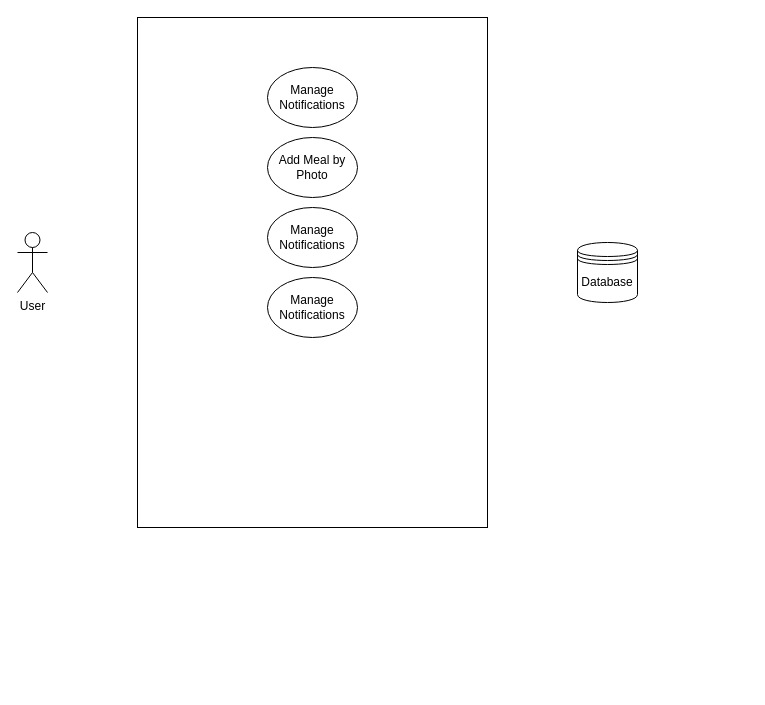
ImageProcessingBasedDietApp/ColabWorks keeps this draw.io diagram as UseCase.drawio. Above is the earlier version. Source tidied: cells renumbered, new cells numbered last; positions are measured from the earlier drawing's top-left corner, leaving out a move shared by most shapes. Both pictures are drawn from the tidied source at 100%, with x=0, y=0 at pixel (17, 17).
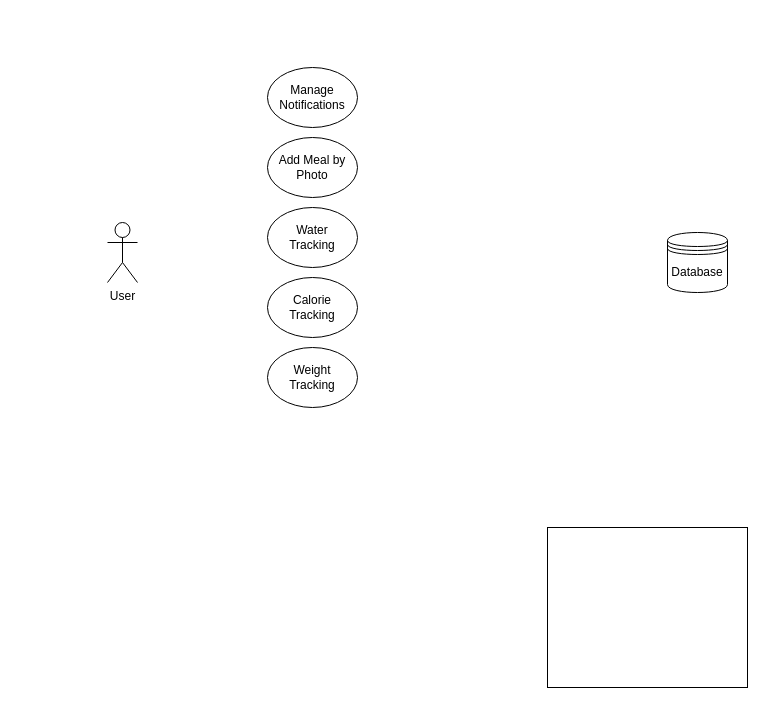
After the change.

What changed in the source:
```diff
@@
 <mxGraphModel background="#ffffff">
   <root>
     <mxCell id="0" />
     <mxCell id="1" parent="0" />
     <mxCell id="2" value="User" style="shape=umlActor;verticalLabelPosition=bottom;verticalAlign=top;html=1;" parent="1" vertex="1">
-      <mxGeometry y="215" width="30" height="60" as="geometry" />
+      <mxGeometry x="90" y="205" width="30" height="60" as="geometry" />
     </mxCell>
     <mxCell id="3" style="rounded=0;whiteSpace=wrap;html=1;" parent="1" vertex="1">
-      <mxGeometry x="120" width="350" height="510" as="geometry" />
+      <mxGeometry x="530" y="510" width="200" height="160" as="geometry" />
     </mxCell>
     <mxCell id="4" value="Database" style="shape=datastore;whiteSpace=wrap;html=1;" parent="1" vertex="1">
-      <mxGeometry x="560" y="225" width="60" height="60" as="geometry" />
+      <mxGeometry x="650" y="215" width="60" height="60" as="geometry" />
     </mxCell>
     <mxCell id="5" value="Add Meal by Photo" style="ellipse;whiteSpace=wrap;html=1;" parent="1" vertex="1">
       <mxGeometry x="250" y="120" width="90" height="60" as="geometry" />
     </mxCell>
     <mxCell id="6" value="Manage Notifications" style="ellipse;whiteSpace=wrap;html=1;" parent="1" vertex="1">
       <mxGeometry x="250" y="50" width="90" height="60" as="geometry" />
     </mxCell>
-    <mxCell id="7" value="Manage Notifications" style="ellipse;whiteSpace=wrap;html=1;" parent="1" vertex="1">
+    <mxCell id="7" value="Water &lt;br&gt;Tracking" style="ellipse;whiteSpace=wrap;html=1;" parent="1" vertex="1">
       <mxGeometry x="250" y="190" width="90" height="60" as="geometry" />
     </mxCell>
-    <mxCell id="8" value="Manage Notifications" style="ellipse;whiteSpace=wrap;html=1;" parent="1" vertex="1">
+    <mxCell id="8" value="Calorie &lt;br&gt;Tracking" style="ellipse;whiteSpace=wrap;html=1;" parent="1" vertex="1">
       <mxGeometry x="250" y="260" width="90" height="60" as="geometry" />
     </mxCell>
+    <mxCell id="9" value="Weight &lt;br&gt;Tracking" style="ellipse;whiteSpace=wrap;html=1;" parent="1" vertex="1">
+      <mxGeometry x="250" y="330" width="90" height="60" as="geometry" />
+    </mxCell>
   </root>
 </mxGraphModel>
```
